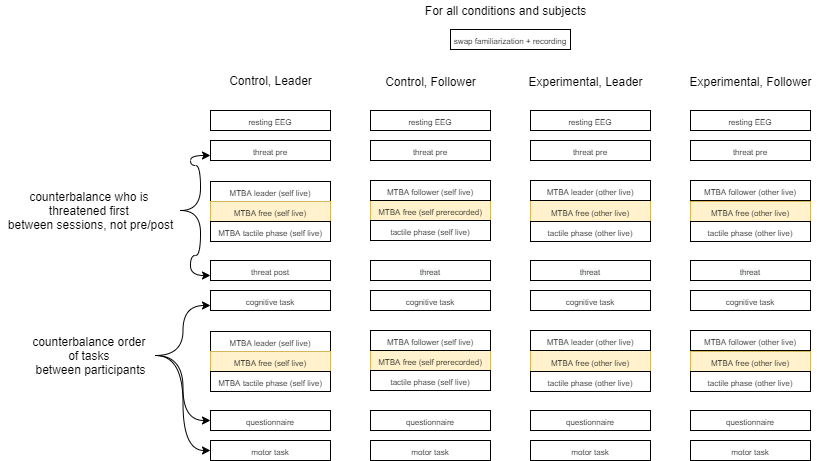
Above: Docs/Experiment Structure.png in BeAnotherLab/The-Machine-to-be-Another-Unity (draw.io), before the change. Source tidied: cells renumbered, new cells last; positions are measured from the earlier drawing's top-left corner, leaving out a move shared by most shapes.
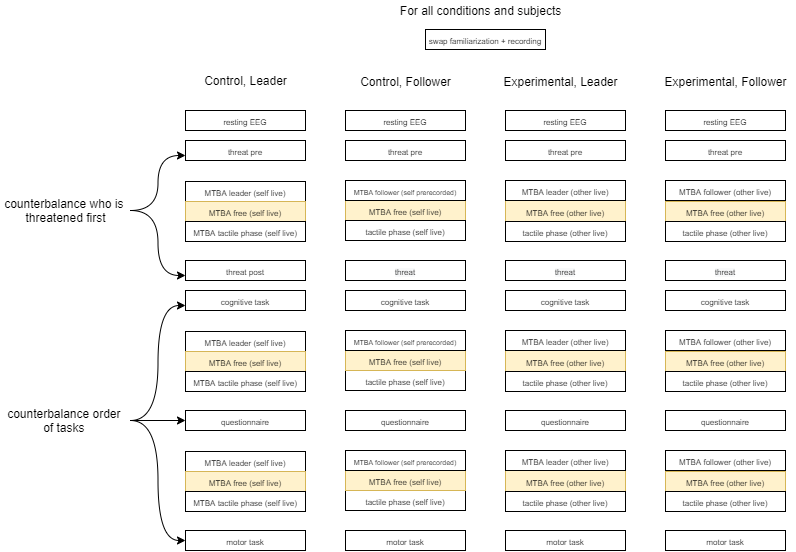
After the change.

What changed in the source:
```diff
@@ -17,9 +17,9 @@
     <mxCell id="6" value="Control, Leader" style="text;html=1;align=center;verticalAlign=middle;" parent="1" vertex="1">
       <mxGeometry x="220" y="70" width="100" height="20" as="geometry" />
     </mxCell>
-    <mxCell id="7" value="&lt;font style=&quot;font-size: 8px&quot;&gt;&lt;font style=&quot;font-size: 8px&quot;&gt;MTBA free (self prerecorded&lt;/font&gt;)&lt;/font&gt;" style="rounded=0;whiteSpace=wrap;html=1;align=center;fillColor=#fff2cc;strokeColor=#d6b656;" parent="1" vertex="1">
-      <mxGeometry x="370" y="200" width="120" height="20" as="geometry" />
-    </mxCell>
+    <mxCell id="63" value="&lt;font style=&quot;font-size: 8px&quot;&gt;&lt;font style=&quot;font-size: 8px&quot;&gt;MTBA free (self live&lt;/font&gt;)&lt;/font&gt;" style="rounded=0;whiteSpace=wrap;html=1;align=center;fillColor=#fff2cc;strokeColor=#d6b656;" parent="1" vertex="1">
+      <mxGeometry x="370" y="200" width="120" height="20" as="geometry" />
+    </mxCell>
     <mxCell id="8" value="&lt;span style=&quot;font-size: 8px&quot;&gt;tactile phase (self live)&lt;/span&gt;" style="rounded=0;whiteSpace=wrap;html=1;align=center;" parent="1" vertex="1">
       <mxGeometry x="370" y="220" width="120" height="20" as="geometry" />
     </mxCell>
@@ -44,12 +44,12 @@
     <mxCell id="15" value="Experimental, Follower" style="text;html=1;align=center;verticalAlign=middle;" parent="1" vertex="1">
       <mxGeometry x="680" y="71" width="140" height="20" as="geometry" />
     </mxCell>
-    <mxCell id="16" value="&lt;span style=&quot;font-size: 8px&quot;&gt;motor task&lt;/span&gt;" style="rounded=0;whiteSpace=wrap;html=1;align=center;" parent="1" vertex="1">
-      <mxGeometry x="210" y="440" width="120" height="20" as="geometry" />
-    </mxCell>
-    <mxCell id="17" value="&lt;font style=&quot;font-size: 8px&quot;&gt;&lt;font style=&quot;font-size: 8px&quot;&gt;MTBA follower (self live)&lt;/font&gt;&lt;/font&gt;" style="rounded=0;whiteSpace=wrap;html=1;align=center;" parent="1" vertex="1">
-      <mxGeometry x="370" y="180" width="120" height="20" as="geometry" />
-    </mxCell>
+    <mxCell id="64" value="&lt;span style=&quot;font-size: 8px&quot;&gt;motor task&lt;/span&gt;" style="rounded=0;whiteSpace=wrap;html=1;align=center;" parent="1" vertex="1">
+      <mxGeometry x="210" y="530" width="120" height="20" as="geometry" />
+    </mxCell>
+    <mxCell id="65" value="&lt;font style=&quot;font-size: 7px&quot;&gt;&lt;font style=&quot;font-size: 7px&quot;&gt;&lt;font style=&quot;font-size: 7px&quot;&gt;MTBA follower&amp;nbsp;&lt;/font&gt;&lt;/font&gt;&lt;font style=&quot;font-size: 7px&quot;&gt;(self prerecorded&lt;/font&gt;)&lt;/font&gt;" style="rounded=0;whiteSpace=wrap;html=1;align=center;" parent="1" vertex="1">
+      <mxGeometry x="370" y="180" width="120" height="20" as="geometry" />
+    </mxCell>
     <mxCell id="18" value="&lt;font style=&quot;font-size: 8px&quot;&gt;&lt;font style=&quot;font-size: 8px&quot;&gt;MTBA leader (other live)&lt;/font&gt;&lt;/font&gt;" style="rounded=0;whiteSpace=wrap;html=1;align=center;" parent="1" vertex="1">
       <mxGeometry x="530" y="180" width="120" height="20" as="geometry" />
     </mxCell>
@@ -98,9 +98,6 @@
     <mxCell id="33" value="&lt;span style=&quot;font-size: 8px&quot;&gt;MTBA tactile phase (self live)&lt;/span&gt;" style="rounded=0;whiteSpace=wrap;html=1;align=center;" parent="1" vertex="1">
       <mxGeometry x="210" y="371" width="120" height="20" as="geometry" />
     </mxCell>
-    <mxCell id="34" value="&lt;font style=&quot;font-size: 8px&quot;&gt;&lt;font style=&quot;font-size: 8px&quot;&gt;MTBA free (self prerecorded&lt;/font&gt;)&lt;/font&gt;" style="rounded=0;whiteSpace=wrap;html=1;align=center;fillColor=#fff2cc;strokeColor=#d6b656;" parent="1" vertex="1">
-      <mxGeometry x="370" y="350" width="120" height="20" as="geometry" />
-    </mxCell>
     <mxCell id="35" value="&lt;span style=&quot;font-size: 8px&quot;&gt;tactile phase (self live)&lt;/span&gt;" style="rounded=0;whiteSpace=wrap;html=1;align=center;" parent="1" vertex="1">
       <mxGeometry x="370" y="370" width="120" height="20" as="geometry" />
     </mxCell>
@@ -116,9 +113,6 @@
     <mxCell id="39" value="&lt;span style=&quot;font-size: 8px&quot;&gt;tactile phase (other live)&lt;/span&gt;" style="rounded=0;whiteSpace=wrap;html=1;align=center;" parent="1" vertex="1">
       <mxGeometry x="690" y="371" width="120" height="20" as="geometry" />
     </mxCell>
-    <mxCell id="40" value="&lt;font style=&quot;font-size: 8px&quot;&gt;&lt;font style=&quot;font-size: 8px&quot;&gt;MTBA follower (self live)&lt;/font&gt;&lt;/font&gt;" style="rounded=0;whiteSpace=wrap;html=1;align=center;" parent="1" vertex="1">
-      <mxGeometry x="370" y="330" width="120" height="20" as="geometry" />
-    </mxCell>
     <mxCell id="41" value="&lt;font style=&quot;font-size: 8px&quot;&gt;&lt;font style=&quot;font-size: 8px&quot;&gt;MTBA leader (other live)&lt;/font&gt;&lt;/font&gt;" style="rounded=0;whiteSpace=wrap;html=1;align=center;" parent="1" vertex="1">
       <mxGeometry x="530" y="330" width="120" height="20" as="geometry" />
     </mxCell>
@@ -143,27 +137,27 @@
     <mxCell id="48" value="&lt;span style=&quot;font-size: 8px&quot;&gt;cognitive task&lt;/span&gt;" style="rounded=0;whiteSpace=wrap;html=1;align=center;" parent="1" vertex="1">
       <mxGeometry x="690" y="290" width="120" height="20" as="geometry" />
     </mxCell>
-    <mxCell id="49" value="&lt;span style=&quot;font-size: 8px&quot;&gt;motor task&lt;/span&gt;" style="rounded=0;whiteSpace=wrap;html=1;align=center;" parent="1" vertex="1">
-      <mxGeometry x="370" y="440" width="120" height="20" as="geometry" />
-    </mxCell>
-    <mxCell id="50" value="&lt;span style=&quot;font-size: 8px&quot;&gt;motor task&lt;/span&gt;" style="rounded=0;whiteSpace=wrap;html=1;align=center;" parent="1" vertex="1">
-      <mxGeometry x="530" y="440" width="120" height="20" as="geometry" />
-    </mxCell>
-    <mxCell id="51" value="&lt;span style=&quot;font-size: 8px&quot;&gt;motor task&lt;/span&gt;" style="rounded=0;whiteSpace=wrap;html=1;align=center;" parent="1" vertex="1">
-      <mxGeometry x="690" y="440" width="120" height="20" as="geometry" />
-    </mxCell>
-    <mxCell id="52" style="edgeStyle=orthogonalEdgeStyle;rounded=0;jettySize=auto;html=1;entryX=0;entryY=0.75;entryDx=0;entryDy=0;curved=1;" parent="1" edge="1" source="55" target="30">
-      <mxGeometry relative="1" as="geometry" />
-    </mxCell>
-    <mxCell id="53" style="edgeStyle=orthogonalEdgeStyle;rounded=0;jettySize=auto;html=1;entryX=0;entryY=0.5;entryDx=0;entryDy=0;curved=1;" parent="1" edge="1" source="55" target="23">
-      <mxGeometry relative="1" as="geometry" />
-    </mxCell>
-    <mxCell id="54" style="edgeStyle=orthogonalEdgeStyle;rounded=0;jettySize=auto;html=1;entryX=0;entryY=0.5;entryDx=0;entryDy=0;curved=1;" parent="1" edge="1" source="55" target="16">
-      <mxGeometry relative="1" as="geometry" />
-    </mxCell>
-    <mxCell id="55" value="counterbalance order&amp;nbsp;&lt;br&gt;of tasks &lt;br&gt;between participants" style="text;html=1;align=center;verticalAlign=middle;points=[];" parent="1" vertex="1">
-      <mxGeometry x="25" y="330" width="130" height="50" as="geometry" />
-    </mxCell>
+    <mxCell id="66" value="&lt;span style=&quot;font-size: 8px&quot;&gt;motor task&lt;/span&gt;" style="rounded=0;whiteSpace=wrap;html=1;align=center;" parent="1" vertex="1">
+      <mxGeometry x="370" y="530" width="120" height="20" as="geometry" />
+    </mxCell>
+    <mxCell id="67" value="&lt;span style=&quot;font-size: 8px&quot;&gt;motor task&lt;/span&gt;" style="rounded=0;whiteSpace=wrap;html=1;align=center;" parent="1" vertex="1">
+      <mxGeometry x="530" y="530" width="120" height="20" as="geometry" />
+    </mxCell>
+    <mxCell id="68" value="&lt;span style=&quot;font-size: 8px&quot;&gt;motor task&lt;/span&gt;" style="rounded=0;whiteSpace=wrap;html=1;align=center;" parent="1" vertex="1">
+      <mxGeometry x="690" y="530" width="120" height="20" as="geometry" />
+    </mxCell>
+    <mxCell id="69" style="edgeStyle=orthogonalEdgeStyle;rounded=0;jettySize=auto;html=1;entryX=0;entryY=0.75;entryDx=0;entryDy=0;curved=1;" parent="1" edge="1" source="72" target="30">
+      <mxGeometry relative="1" as="geometry" />
+    </mxCell>
+    <mxCell id="70" style="edgeStyle=orthogonalEdgeStyle;rounded=0;jettySize=auto;html=1;entryX=0;entryY=0.5;entryDx=0;entryDy=0;curved=1;" parent="1" edge="1" source="72" target="23">
+      <mxGeometry relative="1" as="geometry" />
+    </mxCell>
+    <mxCell id="71" style="edgeStyle=orthogonalEdgeStyle;rounded=0;jettySize=auto;html=1;entryX=0;entryY=0.5;entryDx=0;entryDy=0;curved=1;" parent="1" edge="1" source="72" target="64">
+      <mxGeometry relative="1" as="geometry" />
+    </mxCell>
+    <mxCell id="72" value="counterbalance order&amp;nbsp;&lt;br&gt;of tasks &lt;br&gt;" style="text;html=1;align=center;verticalAlign=middle;points=[];" parent="1" vertex="1">
+      <mxGeometry x="25" y="405" width="130" height="30" as="geometry" />
+    </mxCell>
     <mxCell id="56" value="&lt;span style=&quot;font-size: 8px&quot;&gt;threat post&lt;br&gt;&lt;/span&gt;" style="rounded=0;whiteSpace=wrap;html=1;" parent="1" vertex="1">
       <mxGeometry x="210" y="260" width="120" height="20" as="geometry" />
     </mxCell>
@@ -176,14 +170,56 @@
     <mxCell id="59" value="&lt;span style=&quot;font-size: 8px&quot;&gt;threat pre&lt;br&gt;&lt;/span&gt;" style="rounded=0;whiteSpace=wrap;html=1;" parent="1" vertex="1">
       <mxGeometry x="690" y="140" width="120" height="20" as="geometry" />
     </mxCell>
-    <mxCell id="60" style="edgeStyle=orthogonalEdgeStyle;rounded=0;jettySize=auto;html=1;entryX=0;entryY=0.75;entryDx=0;entryDy=0;curved=1;" parent="1" edge="1" source="62" target="29">
-      <mxGeometry relative="1" as="geometry" />
-    </mxCell>
-    <mxCell id="61" style="edgeStyle=orthogonalEdgeStyle;curved=1;rounded=0;jettySize=auto;html=1;entryX=0;entryY=0.75;entryDx=0;entryDy=0;" parent="1" edge="1" source="62" target="56">
-      <mxGeometry relative="1" as="geometry" />
-    </mxCell>
-    <mxCell id="62" value="counterbalance who is &lt;br&gt;threatened first &lt;br&gt;between sessions, not pre/post" style="text;html=1;align=center;verticalAlign=middle;points=[];" parent="1" vertex="1">
-      <mxGeometry y="185" width="180" height="50" as="geometry" />
-    </mxCell>
+    <mxCell id="73" style="edgeStyle=orthogonalEdgeStyle;rounded=0;jettySize=auto;html=1;entryX=0;entryY=0.75;entryDx=0;entryDy=0;curved=1;" parent="1" edge="1" source="75" target="29">
+      <mxGeometry relative="1" as="geometry" />
+    </mxCell>
+    <mxCell id="74" style="edgeStyle=orthogonalEdgeStyle;curved=1;rounded=0;jettySize=auto;html=1;entryX=0;entryY=0.75;entryDx=0;entryDy=0;" parent="1" edge="1" source="75" target="56">
+      <mxGeometry relative="1" as="geometry" />
+    </mxCell>
+    <mxCell id="75" value="counterbalance who is &lt;br&gt;threatened first " style="text;html=1;align=center;verticalAlign=middle;points=[];" parent="1" vertex="1">
+      <mxGeometry x="25" y="195" width="130" height="30" as="geometry" />
+    </mxCell>
+    <mxCell id="76" value="&lt;font style=&quot;font-size: 8px&quot;&gt;&lt;font style=&quot;font-size: 8px&quot;&gt;MTBA leader (self live)&lt;/font&gt;&lt;/font&gt;" style="rounded=0;whiteSpace=wrap;html=1;align=center;" parent="1" vertex="1">
+      <mxGeometry x="210" y="451" width="120" height="20" as="geometry" />
+    </mxCell>
+    <mxCell id="77" value="&lt;font style=&quot;font-size: 8px&quot;&gt;&lt;font style=&quot;font-size: 8px&quot;&gt;MTBA free (self live)&lt;/font&gt;&lt;/font&gt;" style="rounded=0;whiteSpace=wrap;html=1;align=center;fillColor=#fff2cc;strokeColor=#d6b656;" parent="1" vertex="1">
+      <mxGeometry x="210" y="471" width="120" height="20" as="geometry" />
+    </mxCell>
+    <mxCell id="78" value="&lt;span style=&quot;font-size: 8px&quot;&gt;MTBA tactile phase (self live)&lt;/span&gt;" style="rounded=0;whiteSpace=wrap;html=1;align=center;" parent="1" vertex="1">
+      <mxGeometry x="210" y="491" width="120" height="20" as="geometry" />
+    </mxCell>
+    <mxCell id="79" value="&lt;span style=&quot;font-size: 8px&quot;&gt;tactile phase (self live)&lt;/span&gt;" style="rounded=0;whiteSpace=wrap;html=1;align=center;" parent="1" vertex="1">
+      <mxGeometry x="370" y="490" width="120" height="20" as="geometry" />
+    </mxCell>
+    <mxCell id="80" value="&lt;font style=&quot;font-size: 8px&quot;&gt;&lt;font style=&quot;font-size: 8px&quot;&gt;MTBA free (other live&lt;/font&gt;)&lt;/font&gt;" style="rounded=0;whiteSpace=wrap;html=1;align=center;fillColor=#fff2cc;strokeColor=#d6b656;" parent="1" vertex="1">
+      <mxGeometry x="530" y="470" width="120" height="21" as="geometry" />
+    </mxCell>
+    <mxCell id="81" value="&lt;span style=&quot;font-size: 8px&quot;&gt;tactile phase (other live)&lt;/span&gt;" style="rounded=0;whiteSpace=wrap;html=1;align=center;" parent="1" vertex="1">
+      <mxGeometry x="530" y="491" width="120" height="20" as="geometry" />
+    </mxCell>
+    <mxCell id="82" value="&lt;font style=&quot;font-size: 8px&quot;&gt;&lt;font style=&quot;font-size: 8px&quot;&gt;MTBA free (other live&lt;/font&gt;)&lt;/font&gt;" style="rounded=0;whiteSpace=wrap;html=1;align=center;fillColor=#fff2cc;strokeColor=#d6b656;" parent="1" vertex="1">
+      <mxGeometry x="690" y="471" width="120" height="20" as="geometry" />
+    </mxCell>
+    <mxCell id="83" value="&lt;span style=&quot;font-size: 8px&quot;&gt;tactile phase (other live)&lt;/span&gt;" style="rounded=0;whiteSpace=wrap;html=1;align=center;" parent="1" vertex="1">
+      <mxGeometry x="690" y="491" width="120" height="20" as="geometry" />
+    </mxCell>
+    <mxCell id="84" value="&lt;font style=&quot;font-size: 8px&quot;&gt;&lt;font style=&quot;font-size: 8px&quot;&gt;MTBA leader (other live)&lt;/font&gt;&lt;/font&gt;" style="rounded=0;whiteSpace=wrap;html=1;align=center;" parent="1" vertex="1">
+      <mxGeometry x="530" y="450" width="120" height="20" as="geometry" />
+    </mxCell>
+    <mxCell id="85" value="&lt;font style=&quot;font-size: 8px&quot;&gt;&lt;font style=&quot;font-size: 8px&quot;&gt;MTBA follower (other live)&lt;/font&gt;&lt;/font&gt;" style="rounded=0;whiteSpace=wrap;html=1;align=center;" parent="1" vertex="1">
+      <mxGeometry x="690" y="450" width="120" height="20" as="geometry" />
+    </mxCell>
+    <mxCell id="86" value="&lt;font style=&quot;font-size: 8px&quot;&gt;&lt;font style=&quot;font-size: 8px&quot;&gt;MTBA free (self live&lt;/font&gt;)&lt;/font&gt;" style="rounded=0;whiteSpace=wrap;html=1;align=center;fillColor=#fff2cc;strokeColor=#d6b656;" parent="1" vertex="1">
+      <mxGeometry x="370" y="350" width="120" height="20" as="geometry" />
+    </mxCell>
+    <mxCell id="87" value="&lt;font style=&quot;font-size: 7px&quot;&gt;&lt;font style=&quot;font-size: 7px&quot;&gt;&lt;font style=&quot;font-size: 7px&quot;&gt;MTBA follower&amp;nbsp;&lt;/font&gt;&lt;/font&gt;&lt;font style=&quot;font-size: 7px&quot;&gt;(self prerecorded&lt;/font&gt;)&lt;/font&gt;" style="rounded=0;whiteSpace=wrap;html=1;align=center;" parent="1" vertex="1">
+      <mxGeometry x="370" y="330" width="120" height="20" as="geometry" />
+    </mxCell>
+    <mxCell id="88" value="&lt;font style=&quot;font-size: 8px&quot;&gt;&lt;font style=&quot;font-size: 8px&quot;&gt;MTBA free (self live&lt;/font&gt;)&lt;/font&gt;" style="rounded=0;whiteSpace=wrap;html=1;align=center;fillColor=#fff2cc;strokeColor=#d6b656;" parent="1" vertex="1">
+      <mxGeometry x="370" y="470" width="120" height="20" as="geometry" />
+    </mxCell>
+    <mxCell id="89" value="&lt;font style=&quot;font-size: 7px&quot;&gt;&lt;font style=&quot;font-size: 7px&quot;&gt;&lt;font style=&quot;font-size: 7px&quot;&gt;MTBA follower&amp;nbsp;&lt;/font&gt;&lt;/font&gt;&lt;font style=&quot;font-size: 7px&quot;&gt;(self prerecorded&lt;/font&gt;)&lt;/font&gt;" style="rounded=0;whiteSpace=wrap;html=1;align=center;" parent="1" vertex="1">
+      <mxGeometry x="370" y="450" width="120" height="20" as="geometry" />
+    </mxCell>
   </root>
 </mxGraphModel>
```
